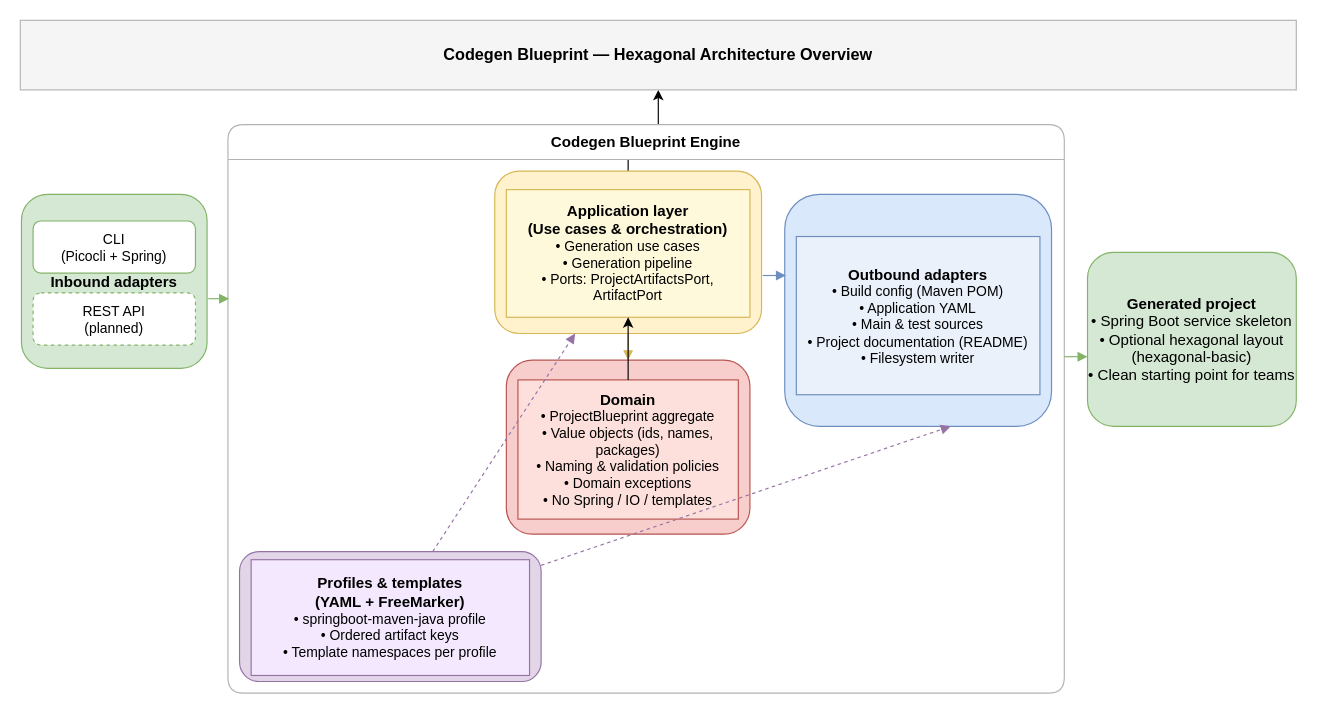
Above: docs/diagrams/architecture-overview.drawio in bsayli/codegen-blueprint (draw.io), before the change. Source tidied: cells renumbered, new cells numbered last; positions are measured from the earlier drawing's top-left corner, leaving out a move shared by most shapes. Both pictures are drawn from the tidied source at 116%, with x=0, y=0 at pixel (20, 20).
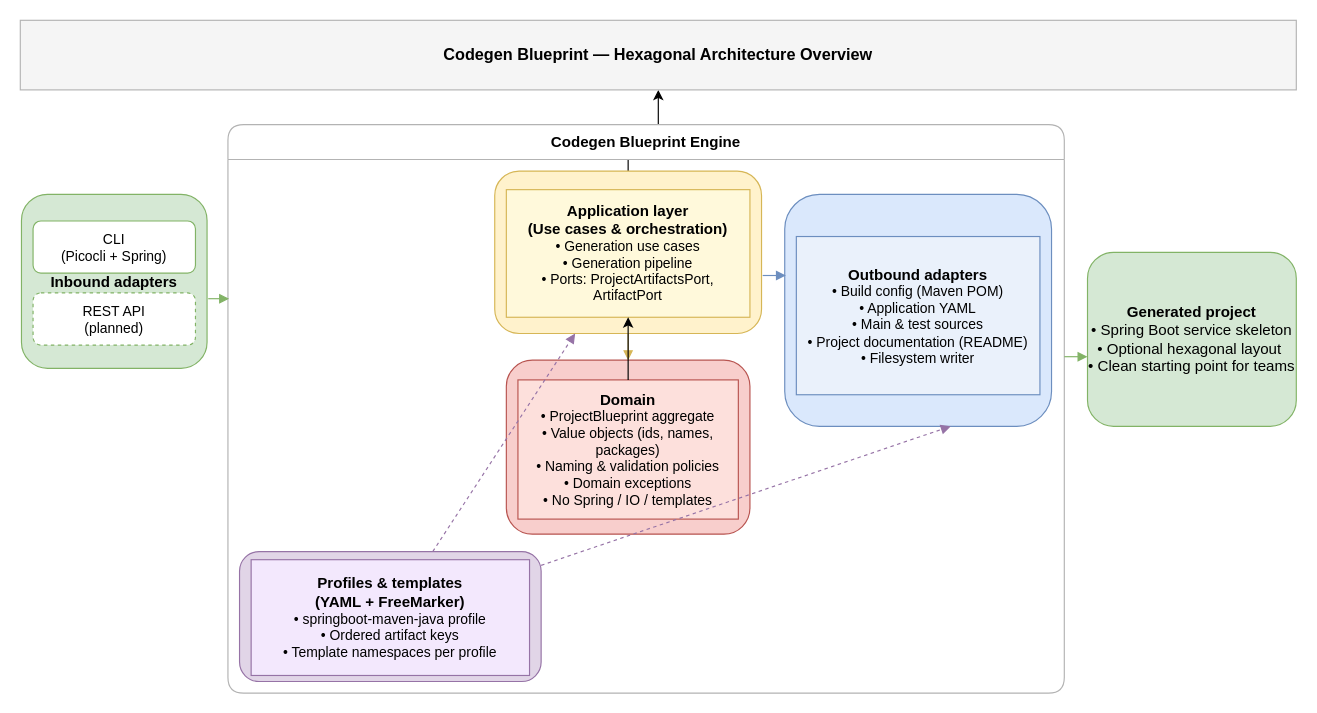
The same page after the edit.

What changed in the source:
```diff
@@
-    <mxCell id="21" value="&lt;span style=&quot;font-weight: 700;&quot;&gt;Generated project&lt;br&gt;&lt;/span&gt;&lt;div&gt;&lt;span style=&quot;background-color: transparent; color: light-dark(rgb(0, 0, 0), rgb(255, 255, 255));&quot;&gt;•&amp;nbsp;&lt;/span&gt;&lt;span style=&quot;background-color: transparent; color: light-dark(rgb(0, 0, 0), rgb(255, 255, 255));&quot;&gt;Spring Boot service skeleton&lt;/span&gt;&lt;div&gt;• Optional hexagonal layout (hexagonal-basic)&lt;br&gt;• Clean starting point for teams&lt;/div&gt;&lt;/div&gt;" style="rounded=1;whiteSpace=wrap;html=1;fillColor=#d5e8d4;strokeColor=#82b366;fontSize=13;" parent="1" vertex="1">
+    <mxCell id="21" value="&lt;span style=&quot;font-weight: 700;&quot;&gt;Generated project&lt;br&gt;&lt;/span&gt;&lt;div&gt;&lt;span style=&quot;background-color: transparent; color: light-dark(rgb(0, 0, 0), rgb(255, 255, 255));&quot;&gt;•&amp;nbsp;&lt;/span&gt;&lt;span style=&quot;background-color: transparent; color: light-dark(rgb(0, 0, 0), rgb(255, 255, 255));&quot;&gt;Spring Boot service skeleton&lt;/span&gt;&lt;div&gt;• Optional hexagonal layout&amp;nbsp;&lt;br&gt;• Clean starting point for teams&lt;/div&gt;&lt;/div&gt;" style="rounded=1;whiteSpace=wrap;html=1;fillColor=#d5e8d4;strokeColor=#82b366;fontSize=13;" parent="1" vertex="1">
       <mxGeometry x="920" y="200" width="180" height="150" as="geometry" />
     </mxCell>
```
